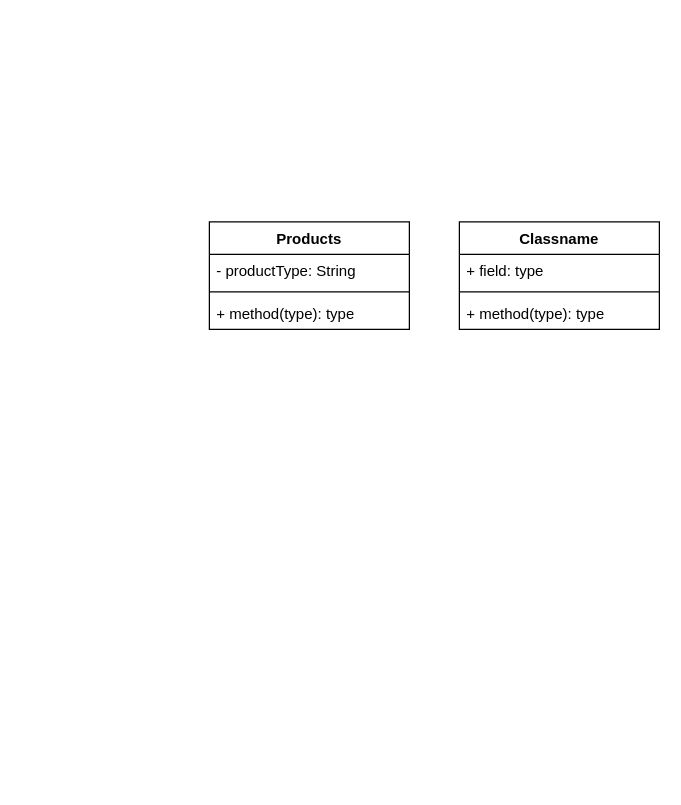
The draw.io diagram soft2201w3.drawio in NguyenChHieu/graphs, before the edit. Source tidied: cells renumbered, new cells numbered last; positions are measured from the earlier drawing's top-left corner, leaving out a move shared by most shapes. Both pictures are drawn from the tidied source at 125%, with x=0, y=0 at pixel (209, 221).
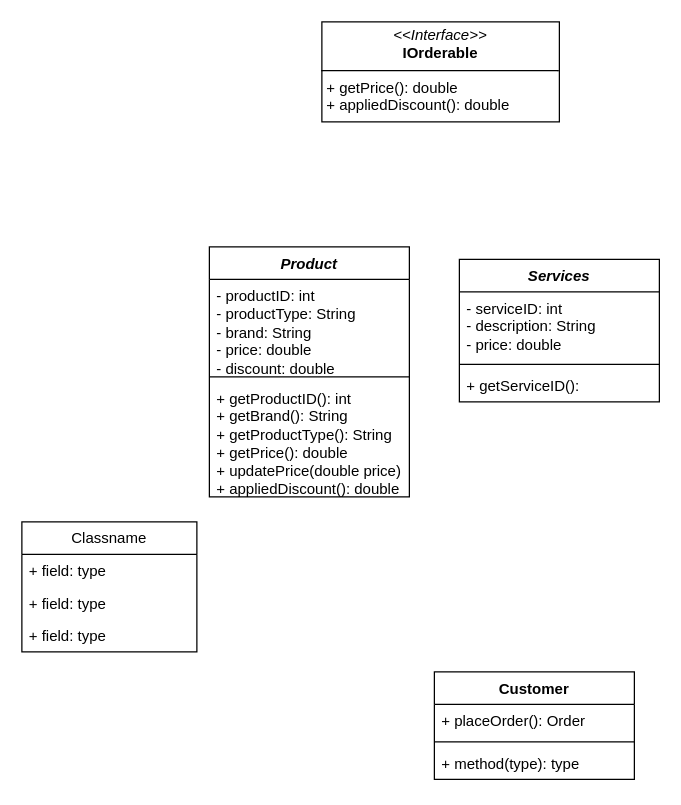
After the change.

The edit, as a diff of the source:
```diff
@@
 <mxGraphModel>
   <root>
     <mxCell id="0" />
     <mxCell id="1" parent="0" />
-    <mxCell id="2" value="Products" style="swimlane;fontStyle=1;align=center;verticalAlign=top;horizontal=1;startSize=26;whiteSpace=wrap;html=1;" parent="1" vertex="1">
-      <mxGeometry width="160" height="86" as="geometry" />
+    <mxCell id="2" value="&lt;i&gt;Product&lt;/i&gt;" style="swimlane;fontStyle=1;align=center;verticalAlign=top;horizontal=1;startSize=26;whiteSpace=wrap;html=1;" parent="1" vertex="1">
+      <mxGeometry y="20" width="160" height="200" as="geometry" />
     </mxCell>
-    <mxCell id="3" value="- productType: String" style="text;strokeColor=none;fillColor=none;align=left;verticalAlign=top;spacingLeft=4;spacingRight=4;overflow=hidden;whiteSpace=wrap;html=1;" parent="2" vertex="1">
-      <mxGeometry y="26" width="160" height="26" as="geometry" />
+    <mxCell id="3" value="&lt;div&gt;- productID: int&lt;/div&gt;- productType: String&lt;div&gt;- brand: String&lt;br&gt;&lt;div&gt;- price: double&lt;/div&gt;&lt;/div&gt;&lt;div&gt;- discount: double&lt;/div&gt;" style="text;strokeColor=none;fillColor=none;align=left;verticalAlign=top;spacingLeft=4;spacingRight=4;overflow=hidden;whiteSpace=wrap;html=1;" parent="2" vertex="1">
+      <mxGeometry y="26" width="160" height="74" as="geometry" />
     </mxCell>
     <mxCell id="4" style="line;strokeWidth=1;fillColor=none;align=left;verticalAlign=middle;spacingTop=-1;spacingLeft=3;spacingRight=3;labelPosition=right;strokeColor=inherit;" parent="2" vertex="1">
-      <mxGeometry y="52" width="160" height="8" as="geometry" />
+      <mxGeometry y="100" width="160" height="8" as="geometry" />
     </mxCell>
-    <mxCell id="5" value="+ method(type): type" style="text;strokeColor=none;fillColor=none;align=left;verticalAlign=top;spacingLeft=4;spacingRight=4;overflow=hidden;whiteSpace=wrap;html=1;" parent="2" vertex="1">
-      <mxGeometry y="60" width="160" height="26" as="geometry" />
+    <mxCell id="5" value="&lt;div&gt;+ getProductID(): int&lt;/div&gt;&lt;div&gt;+ getBrand(): String&lt;/div&gt;+ getProductType(): String&lt;div&gt;+ getPrice(): double&lt;/div&gt;&lt;div&gt;+ updatePrice(double price)&lt;/div&gt;&lt;div&gt;+ appliedDiscount(): double&lt;/div&gt;" style="text;strokeColor=none;fillColor=none;align=left;verticalAlign=top;spacingLeft=4;spacingRight=4;overflow=hidden;whiteSpace=wrap;html=1;" parent="2" vertex="1">
+      <mxGeometry y="108" width="160" height="92" as="geometry" />
     </mxCell>
-    <mxCell id="6" value="Classname" style="swimlane;fontStyle=1;align=center;verticalAlign=top;horizontal=1;startSize=26;whiteSpace=wrap;html=1;" parent="1" vertex="1">
-      <mxGeometry x="200" width="160" height="86" as="geometry" />
+    <mxCell id="6" value="&lt;i&gt;Services&lt;/i&gt;" style="swimlane;fontStyle=1;align=center;verticalAlign=top;horizontal=1;startSize=26;whiteSpace=wrap;html=1;" parent="1" vertex="1">
+      <mxGeometry x="200" y="30" width="160" height="114" as="geometry" />
     </mxCell>
-    <mxCell id="7" value="+ field: type" style="text;strokeColor=none;fillColor=none;align=left;verticalAlign=top;spacingLeft=4;spacingRight=4;overflow=hidden;whiteSpace=wrap;html=1;" parent="6" vertex="1">
-      <mxGeometry y="26" width="160" height="26" as="geometry" />
+    <mxCell id="7" value="- serviceID: int&amp;nbsp;&lt;div&gt;- description: String&amp;nbsp;&lt;/div&gt;&lt;div&gt;- price: double&lt;/div&gt;" style="text;strokeColor=none;fillColor=none;align=left;verticalAlign=top;spacingLeft=4;spacingRight=4;overflow=hidden;whiteSpace=wrap;html=1;" parent="6" vertex="1">
+      <mxGeometry y="26" width="160" height="54" as="geometry" />
     </mxCell>
     <mxCell id="8" style="line;strokeWidth=1;fillColor=none;align=left;verticalAlign=middle;spacingTop=-1;spacingLeft=3;spacingRight=3;labelPosition=right;strokeColor=inherit;" parent="6" vertex="1">
-      <mxGeometry y="52" width="160" height="8" as="geometry" />
+      <mxGeometry y="80" width="160" height="8" as="geometry" />
     </mxCell>
-    <mxCell id="9" value="+ method(type): type" style="text;strokeColor=none;fillColor=none;align=left;verticalAlign=top;spacingLeft=4;spacingRight=4;overflow=hidden;whiteSpace=wrap;html=1;" parent="6" vertex="1">
-      <mxGeometry y="60" width="160" height="26" as="geometry" />
+    <mxCell id="9" value="+ getServiceID():&lt;div&gt;&lt;br&gt;&lt;/div&gt;" style="text;strokeColor=none;fillColor=none;align=left;verticalAlign=top;spacingLeft=4;spacingRight=4;overflow=hidden;whiteSpace=wrap;html=1;" parent="6" vertex="1">
+      <mxGeometry y="88" width="160" height="26" as="geometry" />
     </mxCell>
+    <mxCell id="10" value="Customer" style="swimlane;fontStyle=1;align=center;verticalAlign=top;horizontal=1;startSize=26;whiteSpace=wrap;html=1;" parent="1" vertex="1">
+      <mxGeometry x="180" y="360" width="160" height="86" as="geometry" />
+    </mxCell>
+    <mxCell id="11" value="+ placeOrder(): Order" style="text;strokeColor=none;fillColor=none;align=left;verticalAlign=top;spacingLeft=4;spacingRight=4;overflow=hidden;whiteSpace=wrap;html=1;" parent="10" vertex="1">
+      <mxGeometry y="26" width="160" height="26" as="geometry" />
+    </mxCell>
+    <mxCell id="12" style="line;strokeWidth=1;fillColor=none;align=left;verticalAlign=middle;spacingTop=-1;spacingLeft=3;spacingRight=3;labelPosition=right;strokeColor=inherit;" parent="10" vertex="1">
+      <mxGeometry y="52" width="160" height="8" as="geometry" />
+    </mxCell>
+    <mxCell id="13" value="+ method(type): type" style="text;strokeColor=none;fillColor=none;align=left;verticalAlign=top;spacingLeft=4;spacingRight=4;overflow=hidden;whiteSpace=wrap;html=1;" parent="10" vertex="1">
+      <mxGeometry y="60" width="160" height="26" as="geometry" />
+    </mxCell>
+    <mxCell id="14" value="Classname" style="swimlane;fontStyle=0;horizontal=1;startSize=26;fillColor=none;whiteSpace=wrap;html=1;" parent="1" vertex="1">
+      <mxGeometry x="-150" y="240" width="140" height="104" as="geometry" />
+    </mxCell>
+    <mxCell id="15" value="+ field: type" style="text;strokeColor=none;fillColor=none;align=left;verticalAlign=top;spacingLeft=4;spacingRight=4;overflow=hidden;whiteSpace=wrap;html=1;" parent="14" vertex="1">
+      <mxGeometry y="26" width="140" height="26" as="geometry" />
+    </mxCell>
+    <mxCell id="16" value="+ field: type" style="text;strokeColor=none;fillColor=none;align=left;verticalAlign=top;spacingLeft=4;spacingRight=4;overflow=hidden;whiteSpace=wrap;html=1;" parent="14" vertex="1">
+      <mxGeometry y="52" width="140" height="26" as="geometry" />
+    </mxCell>
+    <mxCell id="17" value="+ field: type" style="text;strokeColor=none;fillColor=none;align=left;verticalAlign=top;spacingLeft=4;spacingRight=4;overflow=hidden;whiteSpace=wrap;html=1;" parent="14" vertex="1">
+      <mxGeometry y="78" width="140" height="26" as="geometry" />
+    </mxCell>
+    <mxCell id="18" value="&lt;p style=&quot;margin:0px;margin-top:4px;text-align:center;&quot;&gt;&lt;i&gt;&amp;lt;&amp;lt;Interface&amp;gt;&amp;gt;&lt;/i&gt;&lt;br&gt;&lt;b&gt;IOrderable&lt;/b&gt;&lt;/p&gt;&lt;hr size=&quot;1&quot; style=&quot;border-style:solid;&quot;&gt;&lt;p style=&quot;margin:0px;margin-left:4px;&quot;&gt;&lt;/p&gt;&lt;p style=&quot;margin:0px;margin-left:4px;&quot;&gt;+ getPrice(): double&lt;/p&gt;&lt;p style=&quot;margin:0px;margin-left:4px;&quot;&gt;+ appliedDiscount(): double&lt;/p&gt;" style="verticalAlign=top;align=left;overflow=fill;html=1;whiteSpace=wrap;" parent="1" vertex="1">
+      <mxGeometry x="90" y="-160" width="190" height="80" as="geometry" />
+    </mxCell>
   </root>
 </mxGraphModel>
```
